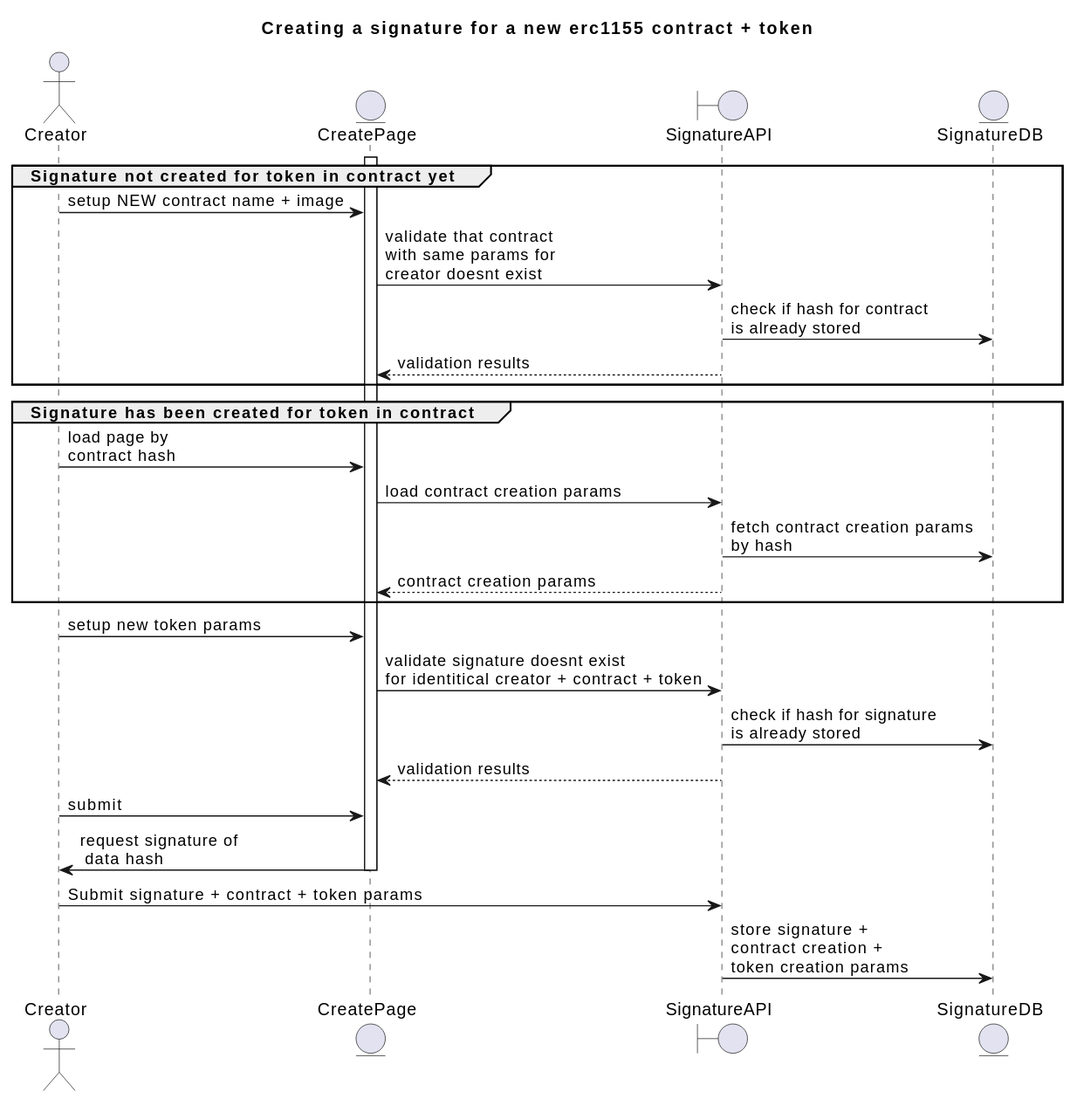
Before: uml/generated/gasslessCreate-creation.svg, a diagram exported from PlantUML (ourzora/zora-protocol).
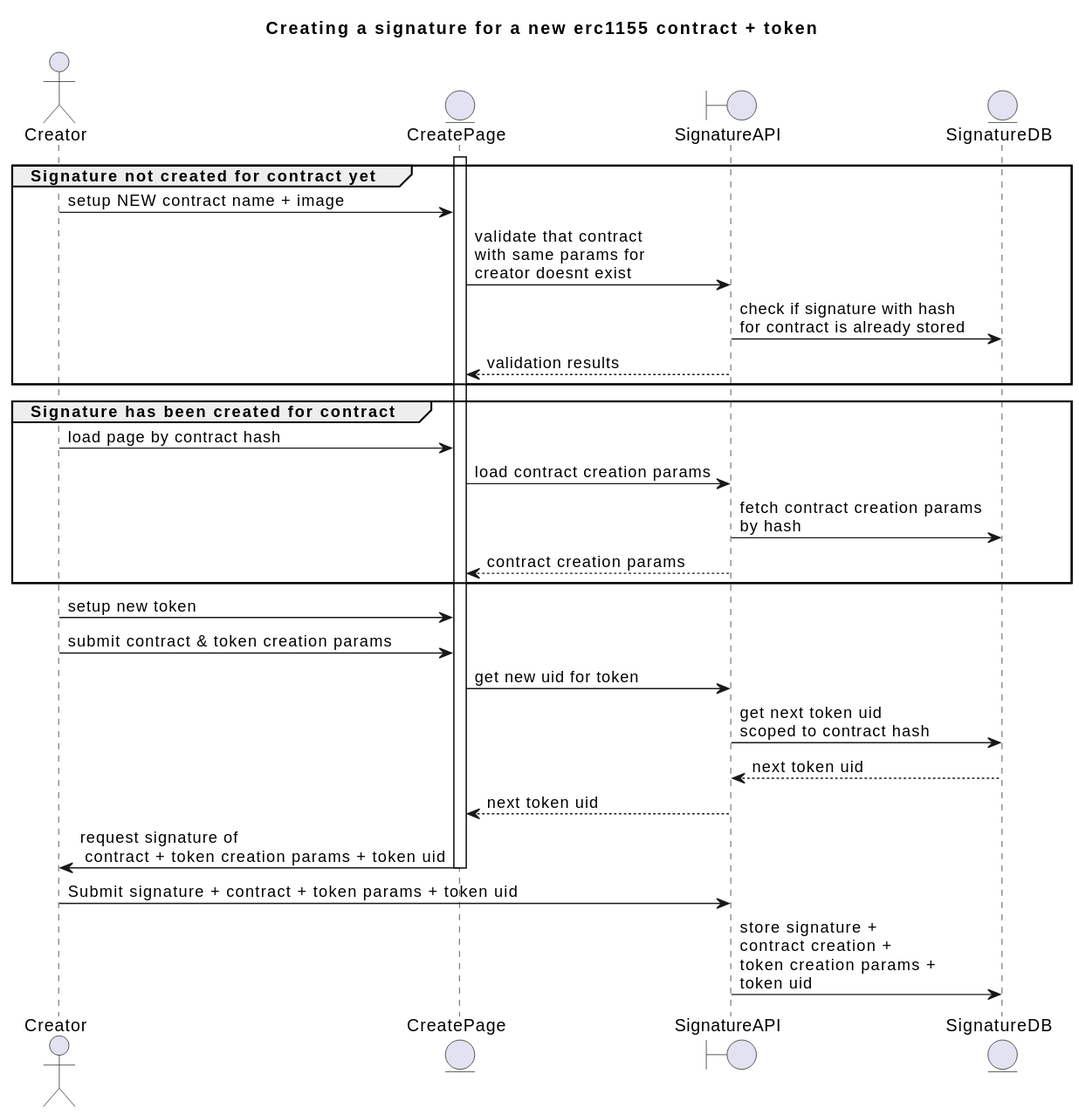
The same file after the commit.

Diff of the diagram source:
```diff
@@ -7,32 +7,33 @@
 entity SignatureDB
 
 
-Group Signature not created for token in contract yet
+Group Signature not created for contract yet
 
   activate CreatePage
   Creator -> CreatePage: setup NEW contract name + image
   CreatePage -> SignatureAPI: validate that contract \nwith same params for\ncreator doesnt exist
-  SignatureAPI -> SignatureDB: check if hash for contract\nis already stored
+  SignatureAPI -> SignatureDB: check if signature with hash \nfor contract is already stored
   SignatureAPI --> CreatePage: validation results
 
 end
 
-Group Signature has been created for token in contract
+Group Signature has been created for contract
 
-  Creator -> CreatePage: load page by\ncontract hash
+  Creator -> CreatePage: load page by contract hash
   CreatePage -> SignatureAPI: load contract creation params
   SignatureAPI -> SignatureDB: fetch contract creation params\nby hash
   SignatureAPI --> CreatePage: contract creation params
 
 end
 
-Creator -> CreatePage: setup new token params
-CreatePage -> SignatureAPI: validate signature doesnt exist\nfor identitical creator + contract + token
-SignatureAPI -> SignatureDB: check if hash for signature\nis already stored
-SignatureAPI --> CreatePage: validation results
-Creator -> CreatePage: submit
-CreatePage -> Creator: request signature of\n data hash
+Creator -> CreatePage: setup new token
+Creator -> CreatePage: submit contract & token creation params
+CreatePage -> SignatureAPI: get new uid for token
+SignatureAPI -> SignatureDB: get next token uid\nscoped to contract hash
+SignatureDB --> SignatureAPI: next token uid
+SignatureAPI --> CreatePage: next token uid
+CreatePage -> Creator: request signature of\n contract + token creation params + token uid
 deactivate CreatePage
-Creator -> SignatureAPI: Submit signature + contract + token params
-SignatureAPI -> SignatureDB: store signature + \ncontract creation + \ntoken creation params
+Creator -> SignatureAPI: Submit signature + contract + token params + token uid
+SignatureAPI -> SignatureDB: store signature + \ncontract creation + \ntoken creation params +\ntoken uid
 @enduml
```
